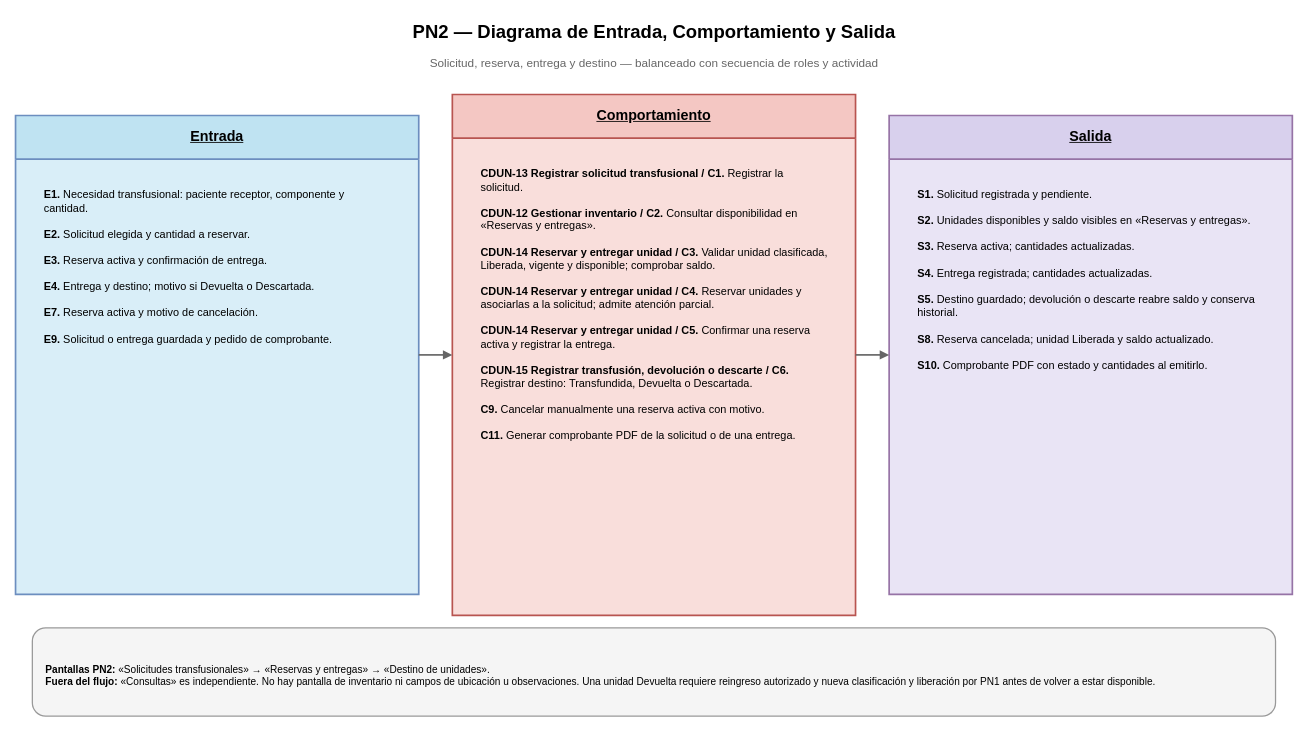
Earlier version of the draw.io diagram Diagramas/Secuencia de Roles/PN2_DiagramaEntradaComportamientoSalida.drawio (juanNH/Ingenieria-de-Software). Source tidied: cells renumbered, new cells numbered last; positions are measured from the earlier drawing's top-left corner, leaving out a move shared by most shapes. Both pictures are drawn from the tidied source at 84%, with x=0, y=0 at pixel (15, 14).
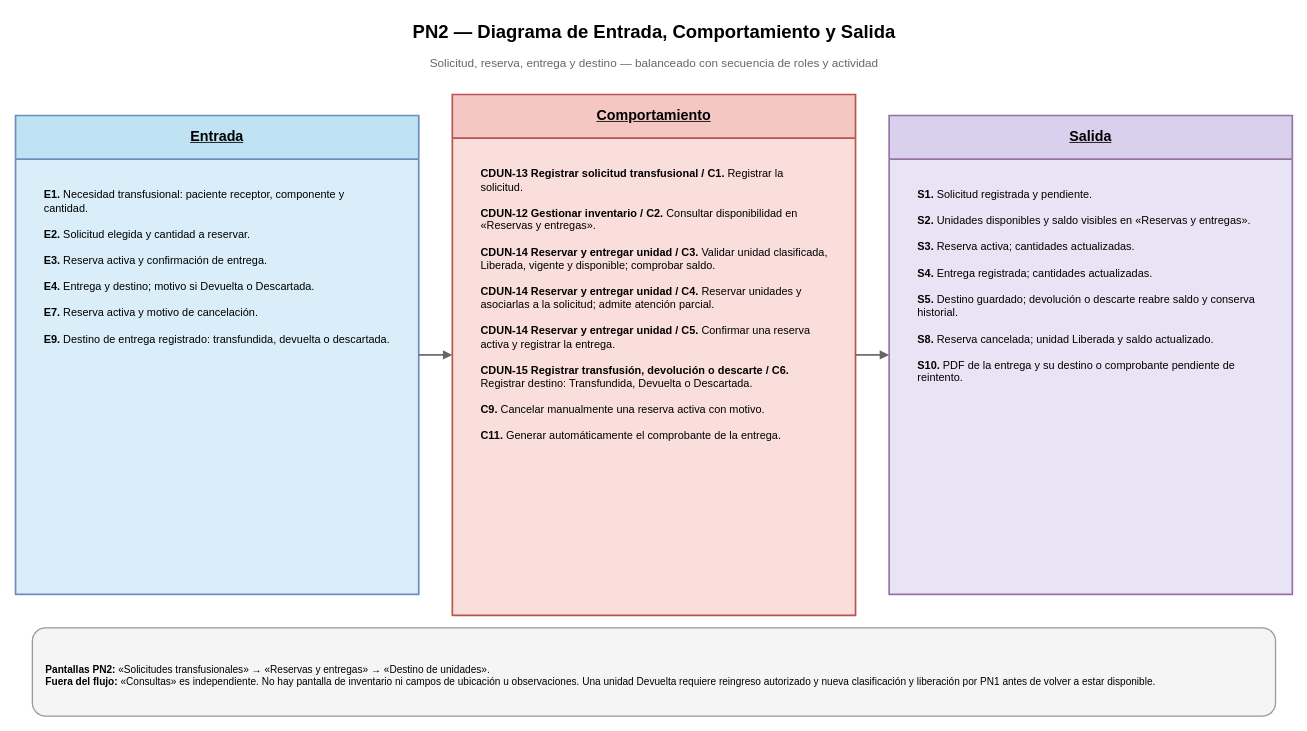
The same page after the edit.

Change to the diagram source:
```diff
@@
 <mxGraphModel>
   <root>
     <mxCell id="0" />
     <mxCell id="1" parent="0" />
     <mxCell id="2" value="PN2 — Diagrama de Entrada, Comportamiento y Salida" style="text;html=1;strokeColor=none;fillColor=none;fontStyle=1;fontSize=22;align=center;verticalAlign=middle;fontFamily=Arial;" parent="1" vertex="1">
       <mxGeometry x="190" width="1140" height="42" as="geometry" />
     </mxCell>
     <mxCell id="3" value="Solicitud, reserva, entrega y destino — balanceado con secuencia de roles y actividad" style="text;html=1;strokeColor=none;fillColor=none;fontSize=14;align=center;verticalAlign=middle;fontColor=#666666;fontFamily=Arial;" parent="1" vertex="1">
       <mxGeometry x="130" y="44" width="1260" height="28" as="geometry" />
     </mxCell>
     <mxCell id="4" value="&lt;b&gt;&lt;u&gt;Entrada&lt;/u&gt;&lt;/b&gt;" style="swimlane;horizontal=1;startSize=52;whiteSpace=wrap;html=1;rounded=0;fillColor=#bfe3f2;swimlaneFillColor=#d9eef8;strokeColor=#6c8ebf;strokeWidth=2;fontSize=17;fontFamily=Arial;align=center;verticalAlign=middle;" parent="1" vertex="1">
       <mxGeometry y="120" width="480" height="570" as="geometry" />
     </mxCell>
     <mxCell id="5" value="&lt;b&gt;&lt;u&gt;Comportamiento&lt;/u&gt;&lt;/b&gt;" style="swimlane;horizontal=1;startSize=52;whiteSpace=wrap;html=1;rounded=0;fillColor=#f4c7c3;swimlaneFillColor=#f9dedb;strokeColor=#b85450;strokeWidth=2;fontSize=17;fontFamily=Arial;align=center;verticalAlign=middle;" parent="1" vertex="1">
       <mxGeometry x="520" y="95" width="480" height="620" as="geometry" />
     </mxCell>
     <mxCell id="6" value="&lt;b&gt;&lt;u&gt;Salida&lt;/u&gt;&lt;/b&gt;" style="swimlane;horizontal=1;startSize=52;whiteSpace=wrap;html=1;rounded=0;fillColor=#d8d0ed;swimlaneFillColor=#e9e4f5;strokeColor=#9673a6;strokeWidth=2;fontSize=17;fontFamily=Arial;align=center;verticalAlign=middle;" parent="1" vertex="1">
       <mxGeometry x="1040" y="120" width="480" height="570" as="geometry" />
     </mxCell>
-    <mxCell id="7" value="&lt;b&gt;E1.&lt;/b&gt; Necesidad transfusional: paciente receptor, componente y cantidad.&lt;br&gt;&lt;br&gt;&lt;b&gt;E2.&lt;/b&gt; Solicitud elegida y cantidad a reservar.&lt;br&gt;&lt;br&gt;&lt;b&gt;E3.&lt;/b&gt; Reserva activa y confirmación de entrega.&lt;br&gt;&lt;br&gt;&lt;b&gt;E4.&lt;/b&gt; Entrega y destino; motivo si Devuelta o Descartada.&lt;br&gt;&lt;br&gt;&lt;b&gt;E7.&lt;/b&gt; Reserva activa y motivo de cancelación.&lt;br&gt;&lt;br&gt;&lt;b&gt;E9.&lt;/b&gt; Solicitud o entrega guardada y pedido de comprobante." style="text;html=1;strokeColor=none;fillColor=none;whiteSpace=wrap;fontSize=13;fontFamily=Arial;align=left;verticalAlign=top;spacingLeft=12;spacingRight=12;spacingTop=10;" parent="1" vertex="1">
+    <mxCell id="7" value="&lt;b&gt;E1.&lt;/b&gt; Necesidad transfusional: paciente receptor, componente y cantidad.&lt;br&gt;&lt;br&gt;&lt;b&gt;E2.&lt;/b&gt; Solicitud elegida y cantidad a reservar.&lt;br&gt;&lt;br&gt;&lt;b&gt;E3.&lt;/b&gt; Reserva activa y confirmación de entrega.&lt;br&gt;&lt;br&gt;&lt;b&gt;E4.&lt;/b&gt; Entrega y destino; motivo si Devuelta o Descartada.&lt;br&gt;&lt;br&gt;&lt;b&gt;E7.&lt;/b&gt; Reserva activa y motivo de cancelación.&lt;br&gt;&lt;br&gt;&lt;b&gt;E9.&lt;/b&gt; Destino de entrega registrado: transfundida, devuelta o descartada." style="text;html=1;strokeColor=none;fillColor=none;whiteSpace=wrap;fontSize=13;fontFamily=Arial;align=left;verticalAlign=top;spacingLeft=12;spacingRight=12;spacingTop=10;" parent="1" vertex="1">
       <mxGeometry x="20" y="190" width="440" height="510" as="geometry" />
     </mxCell>
-    <mxCell id="8" value="&lt;b&gt;CDUN-13 Registrar solicitud transfusional / C1.&lt;/b&gt; Registrar la solicitud.&lt;br&gt;&lt;br&gt;&lt;b&gt;CDUN-12 Gestionar inventario / C2.&lt;/b&gt; Consultar disponibilidad en «Reservas y entregas».&lt;br&gt;&lt;br&gt;&lt;b&gt;CDUN-14 Reservar y entregar unidad / C3.&lt;/b&gt; Validar unidad clasificada, Liberada, vigente y disponible; comprobar saldo.&lt;br&gt;&lt;br&gt;&lt;b&gt;CDUN-14 Reservar y entregar unidad / C4.&lt;/b&gt; Reservar unidades y asociarlas a la solicitud; admite atención parcial.&lt;br&gt;&lt;br&gt;&lt;b&gt;CDUN-14 Reservar y entregar unidad / C5.&lt;/b&gt; Confirmar una reserva activa y registrar la entrega.&lt;br&gt;&lt;br&gt;&lt;b&gt;CDUN-15 Registrar transfusión, devolución o descarte / C6.&lt;/b&gt; Registrar destino: Transfundida, Devuelta o Descartada.&lt;br&gt;&lt;br&gt;&lt;b&gt;C9.&lt;/b&gt; Cancelar manualmente una reserva activa con motivo.&lt;br&gt;&lt;br&gt;&lt;b&gt;C11.&lt;/b&gt; Generar comprobante PDF de la solicitud o de una entrega." style="text;html=1;strokeColor=none;fillColor=none;whiteSpace=wrap;fontSize=13;fontFamily=Arial;align=left;verticalAlign=top;spacingLeft=12;spacingRight=12;spacingTop=10;" parent="1" vertex="1">
+    <mxCell id="8" value="&lt;b&gt;CDUN-13 Registrar solicitud transfusional / C1.&lt;/b&gt; Registrar la solicitud.&lt;br&gt;&lt;br&gt;&lt;b&gt;CDUN-12 Gestionar inventario / C2.&lt;/b&gt; Consultar disponibilidad en «Reservas y entregas».&lt;br&gt;&lt;br&gt;&lt;b&gt;CDUN-14 Reservar y entregar unidad / C3.&lt;/b&gt; Validar unidad clasificada, Liberada, vigente y disponible; comprobar saldo.&lt;br&gt;&lt;br&gt;&lt;b&gt;CDUN-14 Reservar y entregar unidad / C4.&lt;/b&gt; Reservar unidades y asociarlas a la solicitud; admite atención parcial.&lt;br&gt;&lt;br&gt;&lt;b&gt;CDUN-14 Reservar y entregar unidad / C5.&lt;/b&gt; Confirmar una reserva activa y registrar la entrega.&lt;br&gt;&lt;br&gt;&lt;b&gt;CDUN-15 Registrar transfusión, devolución o descarte / C6.&lt;/b&gt; Registrar destino: Transfundida, Devuelta o Descartada.&lt;br&gt;&lt;br&gt;&lt;b&gt;C9.&lt;/b&gt; Cancelar manualmente una reserva activa con motivo.&lt;br&gt;&lt;br&gt;&lt;b&gt;C11.&lt;/b&gt; Generar automáticamente el comprobante de la entrega." style="text;html=1;strokeColor=none;fillColor=none;whiteSpace=wrap;fontSize=13;fontFamily=Arial;align=left;verticalAlign=top;spacingLeft=12;spacingRight=12;spacingTop=10;" parent="1" vertex="1">
       <mxGeometry x="540" y="165" width="440" height="540" as="geometry" />
     </mxCell>
-    <mxCell id="9" value="&lt;b&gt;S1.&lt;/b&gt; Solicitud registrada y pendiente.&lt;br&gt;&lt;br&gt;&lt;b&gt;S2.&lt;/b&gt; Unidades disponibles y saldo visibles en «Reservas y entregas».&lt;br&gt;&lt;br&gt;&lt;b&gt;S3.&lt;/b&gt; Reserva activa; cantidades actualizadas.&lt;br&gt;&lt;br&gt;&lt;b&gt;S4.&lt;/b&gt; Entrega registrada; cantidades actualizadas.&lt;br&gt;&lt;br&gt;&lt;b&gt;S5.&lt;/b&gt; Destino guardado; devolución o descarte reabre saldo y conserva historial.&lt;br&gt;&lt;br&gt;&lt;b&gt;S8.&lt;/b&gt; Reserva cancelada; unidad Liberada y saldo actualizado.&lt;br&gt;&lt;br&gt;&lt;b&gt;S10.&lt;/b&gt; Comprobante PDF con estado y cantidades al emitirlo." style="text;html=1;strokeColor=none;fillColor=none;whiteSpace=wrap;fontSize=13;fontFamily=Arial;align=left;verticalAlign=top;spacingLeft=12;spacingRight=12;spacingTop=10;" parent="1" vertex="1">
+    <mxCell id="9" value="&lt;b&gt;S1.&lt;/b&gt; Solicitud registrada y pendiente.&lt;br&gt;&lt;br&gt;&lt;b&gt;S2.&lt;/b&gt; Unidades disponibles y saldo visibles en «Reservas y entregas».&lt;br&gt;&lt;br&gt;&lt;b&gt;S3.&lt;/b&gt; Reserva activa; cantidades actualizadas.&lt;br&gt;&lt;br&gt;&lt;b&gt;S4.&lt;/b&gt; Entrega registrada; cantidades actualizadas.&lt;br&gt;&lt;br&gt;&lt;b&gt;S5.&lt;/b&gt; Destino guardado; devolución o descarte reabre saldo y conserva historial.&lt;br&gt;&lt;br&gt;&lt;b&gt;S8.&lt;/b&gt; Reserva cancelada; unidad Liberada y saldo actualizado.&lt;br&gt;&lt;br&gt;&lt;b&gt;S10.&lt;/b&gt; PDF de la entrega y su destino o comprobante pendiente de reintento." style="text;html=1;strokeColor=none;fillColor=none;whiteSpace=wrap;fontSize=13;fontFamily=Arial;align=left;verticalAlign=top;spacingLeft=12;spacingRight=12;spacingTop=10;" parent="1" vertex="1">
       <mxGeometry x="1060" y="190" width="440" height="510" as="geometry" />
     </mxCell>
     <mxCell id="10" style="edgeStyle=orthogonalEdgeStyle;rounded=0;html=1;endArrow=block;endFill=1;strokeColor=#666666;strokeWidth=2;" parent="1" edge="1">
       <mxGeometry relative="1" as="geometry">
         <mxPoint x="480" y="405" as="sourcePoint" />
         <mxPoint x="520" y="405" as="targetPoint" />
       </mxGeometry>
     </mxCell>
     <mxCell id="11" style="edgeStyle=orthogonalEdgeStyle;rounded=0;html=1;endArrow=block;endFill=1;strokeColor=#666666;strokeWidth=2;" parent="1" edge="1">
       <mxGeometry relative="1" as="geometry">
         <mxPoint x="1000" y="405" as="sourcePoint" />
         <mxPoint x="1040" y="405" as="targetPoint" />
       </mxGeometry>
     </mxCell>
     <mxCell id="12" value="&lt;b&gt;Pantallas PN2:&lt;/b&gt; «Solicitudes transfusionales» → «Reservas y entregas» → «Destino de unidades».&lt;br&gt;&lt;b&gt;Fuera del flujo:&lt;/b&gt; «Consultas» es independiente. No hay pantalla de inventario ni campos de ubicación u observaciones. Una unidad Devuelta requiere reingreso autorizado y nueva clasificación y liberación por PN1 antes de volver a estar disponible." style="rounded=1;whiteSpace=wrap;html=1;fillColor=#f5f5f5;strokeColor=#999999;strokeWidth=1.5;fontSize=12;fontFamily=Arial;align=left;verticalAlign=middle;spacingLeft=14;spacingRight=14;spacingTop=8;" parent="1" vertex="1">
       <mxGeometry x="20" y="730" width="1480" height="105" as="geometry" />
     </mxCell>
   </root>
 </mxGraphModel>
```
